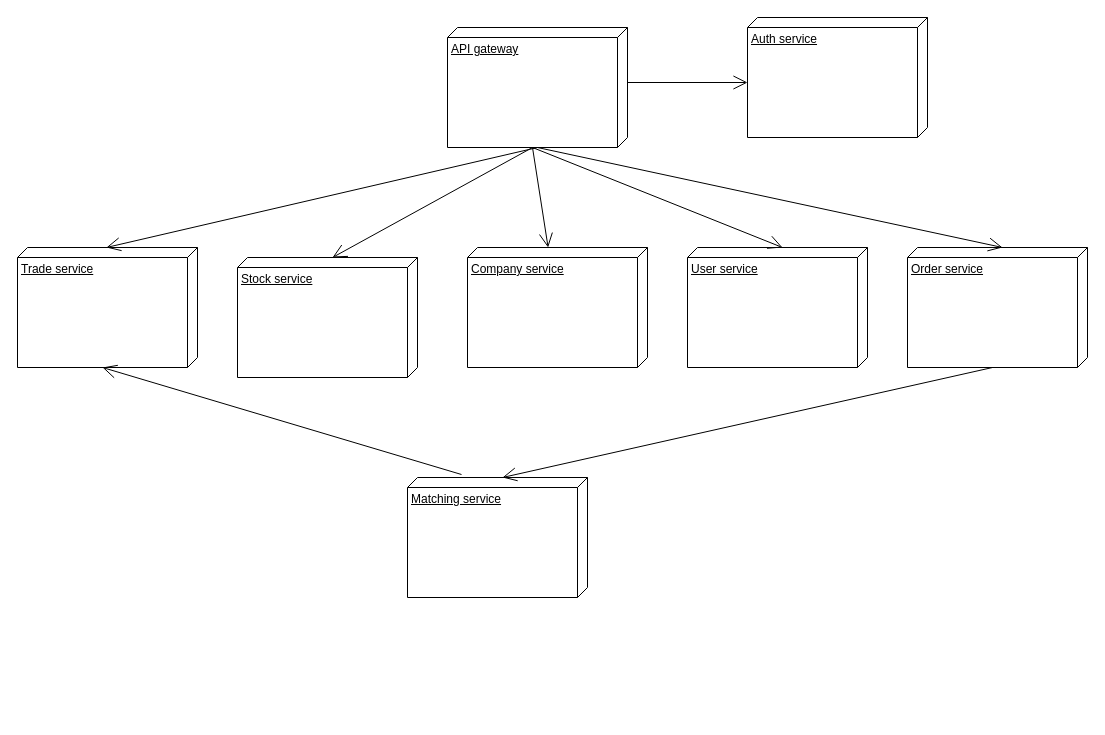
Earlier version of the draw.io diagram Structure.drawio (Anna710915/stock-charts). Source tidied: cells renumbered, new cells numbered last; positions are measured from the earlier drawing's top-left corner, leaving out a move shared by most shapes. Both pictures are drawn from the tidied source at 100%, with x=0, y=0 at pixel (17, 17).
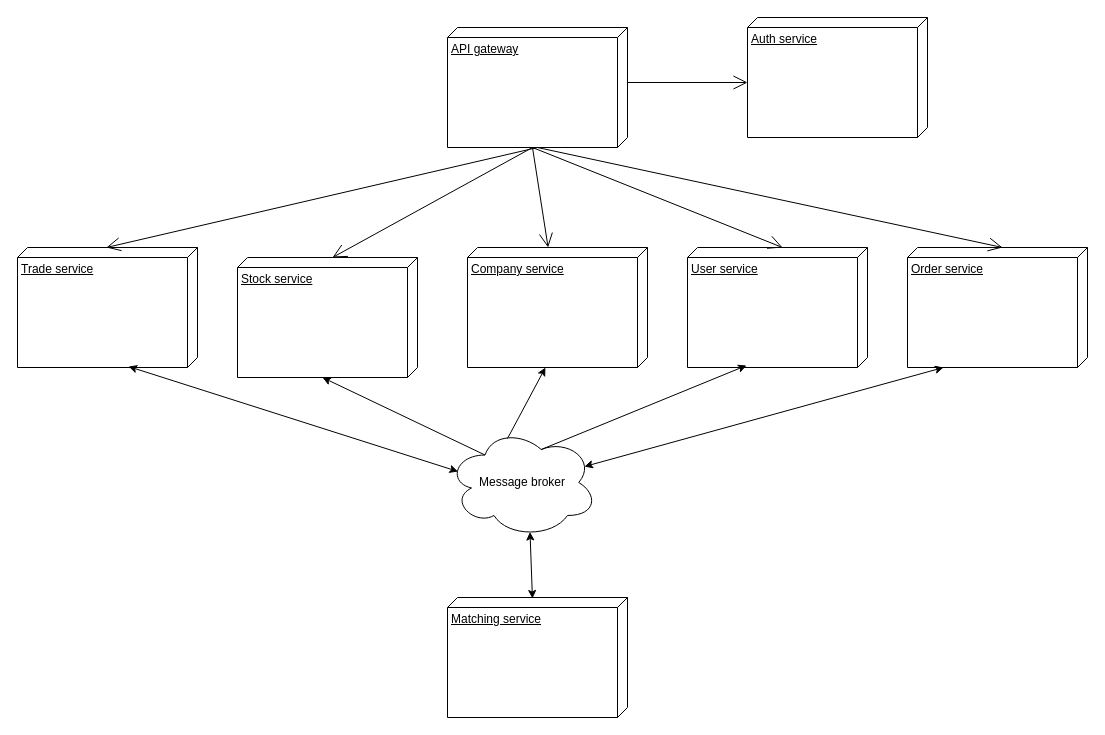
The same page after the edit.

The change refers to these unchanged cells:
```xml
<mxCell id="5" value="User service" style="verticalAlign=top;align=left;spacingTop=8;spacingLeft=2;spacingRight=12;shape=cube;size=10;direction=south;fontStyle=4;html=1;whiteSpace=wrap;" parent="1" vertex="1">
  <mxGeometry x="670" y="230" width="180" height="120" as="geometry" />
</mxCell>
<mxCell id="7" value="Company service" style="verticalAlign=top;align=left;spacingTop=8;spacingLeft=2;spacingRight=12;shape=cube;size=10;direction=south;fontStyle=4;html=1;whiteSpace=wrap;" parent="1" vertex="1">
  <mxGeometry x="450" y="230" width="180" height="120" as="geometry" />
</mxCell>
<mxCell id="9" value="Stock service" style="verticalAlign=top;align=left;spacingTop=8;spacingLeft=2;spacingRight=12;shape=cube;size=10;direction=south;fontStyle=4;html=1;whiteSpace=wrap;" parent="1" vertex="1">
  <mxGeometry x="220" y="240" width="180" height="120" as="geometry" />
</mxCell>
<mxCell id="10" value="Trade service" style="verticalAlign=top;align=left;spacingTop=8;spacingLeft=2;spacingRight=12;shape=cube;size=10;direction=south;fontStyle=4;html=1;whiteSpace=wrap;" parent="1" vertex="1">
  <mxGeometry y="230" width="180" height="120" as="geometry" />
</mxCell>
<mxCell id="11" value="Order service" style="verticalAlign=top;align=left;spacingTop=8;spacingLeft=2;spacingRight=12;shape=cube;size=10;direction=south;fontStyle=4;html=1;whiteSpace=wrap;" parent="1" vertex="1">
  <mxGeometry x="890" y="230" width="180" height="120" as="geometry" />
</mxCell>
```

Change to the diagram source:
```diff
@@
     <mxCell id="15" value="Matching service" style="verticalAlign=top;align=left;spacingTop=8;spacingLeft=2;spacingRight=12;shape=cube;size=10;direction=south;fontStyle=4;html=1;whiteSpace=wrap;" parent="1" vertex="1">
-      <mxGeometry x="390" y="460" width="180" height="120" as="geometry" />
+      <mxGeometry x="430" y="580" width="180" height="120" as="geometry" />
     </mxCell>
-    <mxCell id="16" style="endArrow=open;endFill=1;endSize=12;html=1;rounded=0;exitX=0;exitY=0;exitDx=120;exitDy=95;exitPerimeter=0;entryX=0;entryY=0;entryDx=0;entryDy=85;entryPerimeter=0;" parent="1" edge="1" source="11" target="15">
-      <mxGeometry relative="1" as="geometry" />
-    </mxCell>
-    <mxCell id="17" style="endArrow=open;endFill=1;endSize=12;html=1;rounded=0;entryX=0;entryY=0;entryDx=120;entryDy=95;entryPerimeter=0;exitX=-0.025;exitY=0.7;exitDx=0;exitDy=0;exitPerimeter=0;" parent="1" edge="1" source="15" target="10">
-      <mxGeometry relative="1" as="geometry" />
-    </mxCell>
+    <mxCell id="18" style="endArrow=classic;startArrow=classic;html=1;rounded=0;exitX=0.913;exitY=0.355;exitDx=0;exitDy=0;exitPerimeter=0;entryX=1;entryY=0.8;entryDx=0;entryDy=0;entryPerimeter=0;" parent="1" edge="1" source="20" target="11">
+      <mxGeometry relative="1" as="geometry" />
+    </mxCell>
+    <mxCell id="19" style="endArrow=classic;startArrow=classic;html=1;rounded=0;exitX=0.07;exitY=0.4;exitDx=0;exitDy=0;exitPerimeter=0;entryX=0.992;entryY=0.383;entryDx=0;entryDy=0;entryPerimeter=0;" parent="1" edge="1" source="20" target="10">
+      <mxGeometry relative="1" as="geometry" />
+    </mxCell>
+    <mxCell id="20" value="Message broker" style="ellipse;shape=cloud;whiteSpace=wrap;html=1;" parent="1" vertex="1">
+      <mxGeometry x="430" y="410" width="150" height="110" as="geometry" />
+    </mxCell>
+    <mxCell id="21" style="endArrow=classic;startArrow=classic;html=1;rounded=0;exitX=0.008;exitY=0.528;exitDx=0;exitDy=0;exitPerimeter=0;entryX=0.55;entryY=0.95;entryDx=0;entryDy=0;entryPerimeter=0;" parent="1" edge="1" source="15" target="20">
+      <mxGeometry relative="1" as="geometry" />
+    </mxCell>
+    <mxCell id="22" style="endArrow=classic;html=1;rounded=0;entryX=0;entryY=0;entryDx=120;entryDy=95;entryPerimeter=0;exitX=0.25;exitY=0.25;exitDx=0;exitDy=0;exitPerimeter=0;" parent="1" edge="1" source="20" target="9">
+      <mxGeometry relative="1" as="geometry" />
+    </mxCell>
+    <mxCell id="23" style="endArrow=classic;html=1;rounded=0;entryX=1;entryY=0.567;entryDx=0;entryDy=0;entryPerimeter=0;exitX=0.4;exitY=0.1;exitDx=0;exitDy=0;exitPerimeter=0;" parent="1" edge="1" source="20" target="7">
+      <mxGeometry relative="1" as="geometry" />
+    </mxCell>
+    <mxCell id="24" style="endArrow=classic;html=1;rounded=0;entryX=0.983;entryY=0.672;entryDx=0;entryDy=0;entryPerimeter=0;exitX=0.625;exitY=0.2;exitDx=0;exitDy=0;exitPerimeter=0;" parent="1" edge="1" source="20" target="5">
+      <mxGeometry relative="1" as="geometry" />
+    </mxCell>
```
